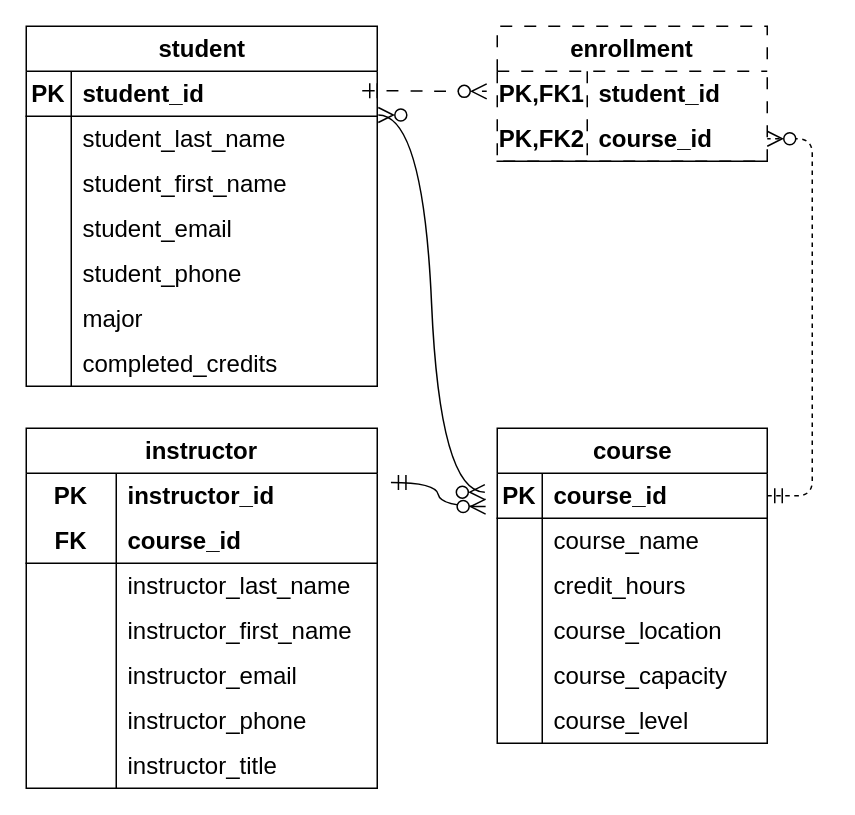
alarming-effect/collegeCourseTracker keeps this draw.io diagram as CourseTracker.drawio. Above is the earlier version. Source tidied: cells renumbered, new cells numbered last; positions are measured from the earlier drawing's top-left corner, leaving out a move shared by most shapes. Both pictures are drawn from the tidied source at 150%, with x=0, y=0 at pixel (26, 0).
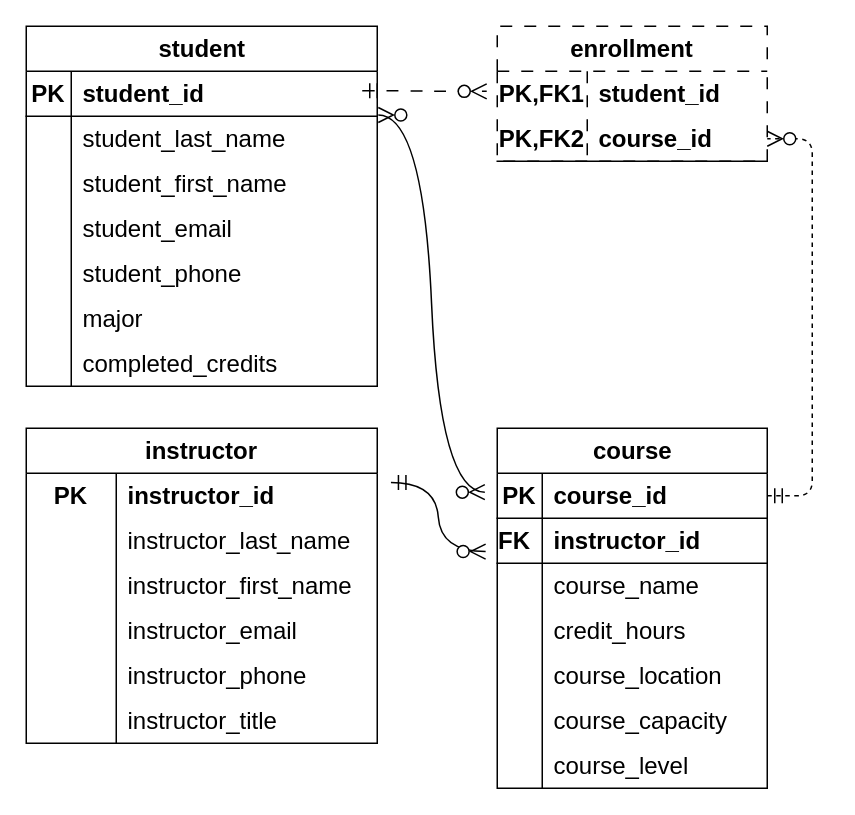
After the change.

What changed in the source:
```diff
@@
     <mxCell id="24" value="instructor" style="shape=table;startSize=30;childLayout=tableLayout;rowLines=0;fontStyle=1;align=center;html=1;whiteSpace=wrap;fontSize=16;" parent="1" vertex="1">
-      <mxGeometry y="285" width="234" height="240" as="geometry" />
+      <mxGeometry y="285" width="234" height="210" as="geometry" />
     </mxCell>
-    <mxCell id="25" style="shape=tableRow;horizontal=0;startSize=0;swimlaneHead=0;swimlaneBody=0;fillColor=none;points=[[0,0.5],[1,0.5]];portConstraint=eastwest;top=0;left=0;right=0;bottom=0;html=1;fontSize=16;" parent="24" vertex="1">
+    <mxCell id="25" style="shape=tableRow;horizontal=0;startSize=0;swimlaneHead=0;swimlaneBody=0;fillColor=none;points=[[0,0.5],[1,0.5]];portConstraint=eastwest;top=0;left=0;right=0;bottom=0;html=1;fontSize=16;swimlaneFillColor=none;swimlaneLine=1;" parent="24" vertex="1">
       <mxGeometry y="30" width="234" height="30" as="geometry" />
     </mxCell>
@@
-    <mxCell id="28" style="shape=tableRow;horizontal=0;startSize=0;swimlaneHead=0;swimlaneBody=0;fillColor=none;top=0;left=0;right=0;bottom=1;html=1;fontSize=16;" parent="24" vertex="1">
-      <mxGeometry y="60" width="234" height="30" as="geometry" />
-    </mxCell>
-    <mxCell id="29" value="FK" style="shape=partialRectangle;fillColor=none;top=0;left=0;bottom=0;right=0;fontStyle=1;overflow=hidden;html=1;whiteSpace=wrap;fontSize=16;" parent="28" vertex="1">
-      <mxGeometry width="60" height="30" as="geometry" />
-    </mxCell>
-    <mxCell id="30" value="course_id" style="shape=partialRectangle;fillColor=none;top=0;left=0;bottom=0;right=0;align=left;spacingLeft=6;fontStyle=1;overflow=hidden;html=1;whiteSpace=wrap;fontSize=16;" parent="28" vertex="1">
-      <mxGeometry x="60" width="174" height="30" as="geometry" />
-    </mxCell>
     <mxCell id="31" style="shape=tableRow;horizontal=0;startSize=0;swimlaneHead=0;swimlaneBody=0;fillColor=none;top=0;left=0;right=0;bottom=0;html=1;fontSize=16;" parent="24" vertex="1">
-      <mxGeometry y="90" width="234" height="30" as="geometry" />
+      <mxGeometry y="60" width="234" height="30" as="geometry" />
     </mxCell>
@@
     <mxCell id="34" style="shape=tableRow;horizontal=0;startSize=0;swimlaneHead=0;swimlaneBody=0;fillColor=none;top=0;left=0;right=0;bottom=0;html=1;fontSize=16;" parent="24" vertex="1">
-      <mxGeometry y="120" width="234" height="30" as="geometry" />
+      <mxGeometry y="90" width="234" height="30" as="geometry" />
     </mxCell>
@@
     <mxCell id="37" style="shape=tableRow;horizontal=0;startSize=0;swimlaneHead=0;swimlaneBody=0;fillColor=none;top=0;left=0;right=0;bottom=0;html=1;fontSize=16;" parent="24" vertex="1">
-      <mxGeometry y="150" width="234" height="30" as="geometry" />
+      <mxGeometry y="120" width="234" height="30" as="geometry" />
     </mxCell>
@@
     <mxCell id="40" style="shape=tableRow;horizontal=0;startSize=0;swimlaneHead=0;swimlaneBody=0;fillColor=none;top=0;left=0;right=0;bottom=0;html=1;fontSize=16;" parent="24" vertex="1">
-      <mxGeometry y="180" width="234" height="30" as="geometry" />
+      <mxGeometry y="150" width="234" height="30" as="geometry" />
     </mxCell>
@@
     <mxCell id="43" style="shape=tableRow;horizontal=0;startSize=0;swimlaneHead=0;swimlaneBody=0;fillColor=none;top=0;left=0;right=0;bottom=0;html=1;fontSize=16;" parent="24" vertex="1">
-      <mxGeometry y="210" width="234" height="30" as="geometry" />
+      <mxGeometry y="180" width="234" height="30" as="geometry" />
     </mxCell>
@@
     <mxCell id="46" value="course" style="shape=table;startSize=30;childLayout=tableLayout;rowLines=0;fontStyle=1;align=center;html=1;fontSize=16;" parent="1" vertex="1">
-      <mxGeometry x="314" y="285" width="180" height="210" as="geometry" />
+      <mxGeometry x="314" y="285" width="180" height="240" as="geometry" />
     </mxCell>
@@
+    <mxCell id="76" style="shape=tableRow;horizontal=0;startSize=0;swimlaneHead=0;swimlaneBody=0;fillColor=none;top=0;left=0;right=0;bottom=1;fontSize=16;" parent="46" vertex="1">
+      <mxGeometry y="60" width="180" height="30" as="geometry" />
+    </mxCell>
+    <mxCell id="29" value="FK&lt;span style=&quot;white-space: pre;&quot;&gt;&#9;&lt;/span&gt;" style="shape=partialRectangle;fillColor=none;top=0;left=0;bottom=0;right=0;fontStyle=1;overflow=hidden;whiteSpace=wrap;html=1;fontSize=16;" parent="76" vertex="1">
+      <mxGeometry width="30" height="30" as="geometry" />
+    </mxCell>
+    <mxCell id="77" value="instructor_id" style="shape=partialRectangle;fillColor=none;top=0;left=0;bottom=0;right=0;align=left;spacingLeft=6;fontStyle=1;overflow=hidden;whiteSpace=wrap;html=1;fontSize=16;" parent="76" vertex="1">
+      <mxGeometry x="30" width="150" height="30" as="geometry" />
+    </mxCell>
     <mxCell id="50" style="shape=tableRow;horizontal=0;startSize=0;swimlaneHead=0;swimlaneBody=0;fillColor=none;points=[[0,0.5],[1,0.5]];portConstraint=eastwest;top=0;left=0;right=0;bottom=0;fontSize=16;" parent="46" vertex="1">
-      <mxGeometry y="60" width="180" height="30" as="geometry" />
+      <mxGeometry y="90" width="180" height="30" as="geometry" />
     </mxCell>
@@
     <mxCell id="53" style="shape=tableRow;horizontal=0;startSize=0;swimlaneHead=0;swimlaneBody=0;fillColor=none;top=0;left=0;right=0;bottom=0;fontSize=16;" parent="46" vertex="1">
-      <mxGeometry y="90" width="180" height="30" as="geometry" />
+      <mxGeometry y="120" width="180" height="30" as="geometry" />
     </mxCell>
@@
     <mxCell id="56" style="shape=tableRow;horizontal=0;startSize=0;swimlaneHead=0;swimlaneBody=0;fillColor=none;top=0;left=0;right=0;bottom=0;fontSize=16;" parent="46" vertex="1">
-      <mxGeometry y="120" width="180" height="30" as="geometry" />
+      <mxGeometry y="150" width="180" height="30" as="geometry" />
     </mxCell>
@@
     <mxCell id="59" style="shape=tableRow;horizontal=0;startSize=0;swimlaneHead=0;swimlaneBody=0;fillColor=none;top=0;left=0;right=0;bottom=0;fontSize=16;" parent="46" vertex="1">
-      <mxGeometry y="150" width="180" height="30" as="geometry" />
+      <mxGeometry y="180" width="180" height="30" as="geometry" />
     </mxCell>
@@
     <mxCell id="62" style="shape=tableRow;horizontal=0;startSize=0;swimlaneHead=0;swimlaneBody=0;fillColor=none;top=0;left=0;right=0;bottom=0;fontSize=16;" parent="46" vertex="1">
-      <mxGeometry y="180" width="180" height="30" as="geometry" />
+      <mxGeometry y="210" width="180" height="30" as="geometry" />
     </mxCell>
```
